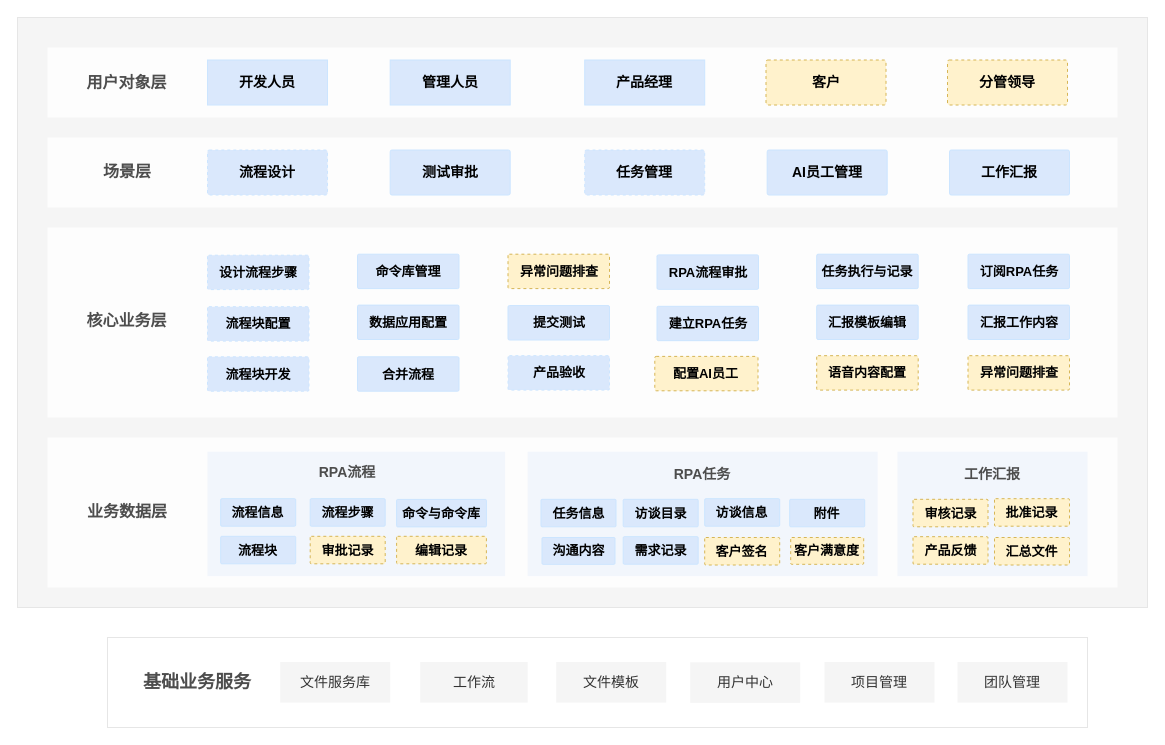
Above: RPAMIND-业务架构图.drawio in hwt5813780/car (draw.io), before the change. Source tidied: cells renumbered, new cells numbered last; positions are measured from the earlier drawing's top-left corner, leaving out a move shared by most shapes. Both pictures are drawn from the tidied source at 100%, with x=0, y=0 at pixel (17, 17).
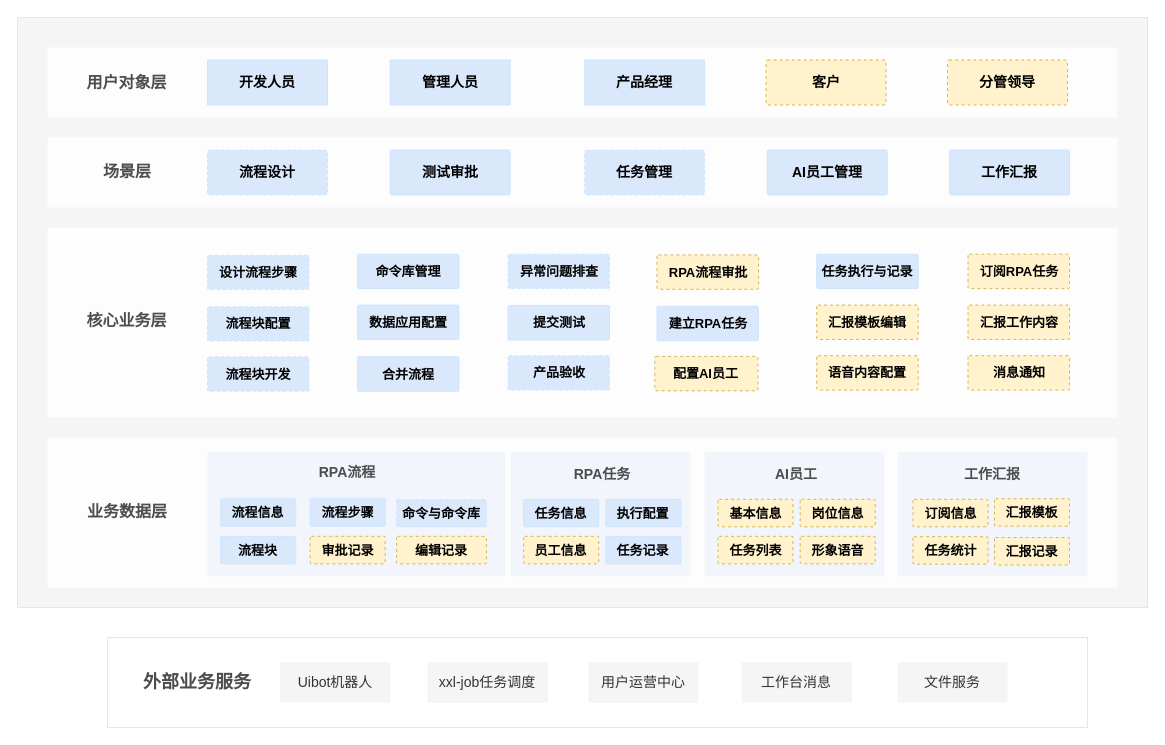
Above is the later version.

Commit message:
Update RPAMIND-业务架构图.drawio

The edit, as a diff of the source:
```diff
@@
-    <mxCell id="15" value="基础业务服务" style="text;html=1;strokeColor=none;fillColor=none;align=center;verticalAlign=middle;whiteSpace=wrap;rounded=0;fontSize=18;fontStyle=1;fontColor=#4D4D4D;fontFamily=阿里巴巴普惠体;" parent="1" vertex="1">
+    <mxCell id="15" value="外部业务服务" style="text;html=1;strokeColor=none;fillColor=none;align=center;verticalAlign=middle;whiteSpace=wrap;rounded=0;fontSize=18;fontStyle=1;fontColor=#4D4D4D;fontFamily=阿里巴巴普惠体;" parent="1" vertex="1">
       <mxGeometry x="120" y="650" width="120" height="30" as="geometry" />
     </mxCell>
-    <mxCell id="16" value="文件服务库" style="rounded=1;whiteSpace=wrap;html=1;fontSize=14;fillColor=#f5f5f5;fontColor=#333333;strokeColor=none;arcSize=0;fontFamily=阿里巴巴普惠体;" parent="1" vertex="1">
+    <mxCell id="16" value="Uibot机器人" style="rounded=1;whiteSpace=wrap;html=1;fontSize=14;fillColor=#f5f5f5;fontColor=#333333;strokeColor=none;arcSize=0;fontFamily=阿里巴巴普惠体;" parent="1" vertex="1">
       <mxGeometry x="262.7" y="644.5" width="110" height="40.6" as="geometry" />
     </mxCell>
-    <mxCell id="17" value="工作流" style="rounded=1;whiteSpace=wrap;html=1;fontSize=14;fillColor=#f5f5f5;fontColor=#333333;strokeColor=none;arcSize=0;fontFamily=阿里巴巴普惠体;" parent="1" vertex="1">
-      <mxGeometry x="402.7" y="644.5" width="107.5" height="40.6" as="geometry" />
+    <mxCell id="17" value="xxl-job任务调度" style="rounded=1;whiteSpace=wrap;html=1;fontSize=14;fillColor=#f5f5f5;fontColor=#333333;strokeColor=none;arcSize=0;fontFamily=阿里巴巴普惠体;" parent="1" vertex="1">
+      <mxGeometry x="410" y="644.8" width="120.2" height="40.6" as="geometry" />
     </mxCell>
-    <mxCell id="18" value="文件模板" style="rounded=1;whiteSpace=wrap;html=1;fontSize=14;fillColor=#f5f5f5;fontColor=#333333;strokeColor=none;arcSize=0;fontFamily=阿里巴巴普惠体;" parent="1" vertex="1">
-      <mxGeometry x="538.7" y="644.5" width="110" height="40.6" as="geometry" />
+    <mxCell id="18" value="用户运营中心" style="rounded=1;whiteSpace=wrap;html=1;fontSize=14;fillColor=#f5f5f5;fontColor=#333333;strokeColor=none;arcSize=0;fontFamily=阿里巴巴普惠体;" parent="1" vertex="1">
+      <mxGeometry x="570.9" y="644.8" width="110" height="40.6" as="geometry" />
     </mxCell>
@@
     <mxCell id="21" style="rounded=1;whiteSpace=wrap;html=1;fontSize=14;fillColor=#F2F6FC;strokeColor=none;fontColor=#333333;arcSize=0;fontFamily=阿里巴巴普惠体;" parent="1" vertex="1">
-      <mxGeometry x="510.2" y="434.2" width="350" height="124.5" as="geometry" />
+      <mxGeometry x="493" y="434.2" width="179.8" height="124.5" as="geometry" />
     </mxCell>
     <mxCell id="22" value="RPA任务" style="text;html=1;strokeColor=none;fillColor=none;align=center;verticalAlign=middle;whiteSpace=wrap;rounded=0;fontSize=14;horizontal=1;fontStyle=1;fontColor=#4D4D4D;fontFamily=阿里巴巴普惠体;" parent="1" vertex="1">
-      <mxGeometry x="650.2" y="441.8" width="70" height="30" as="geometry" />
+      <mxGeometry x="550" y="441.8" width="70" height="30" as="geometry" />
     </mxCell>
     <mxCell id="23" value="任务信息" style="rounded=1;whiteSpace=wrap;html=1;fontSize=13;fillColor=#dae8fc;strokeColor=#CCE5FF;arcSize=4;fontStyle=1;fontColor=default;fontFamily=阿里巴巴普惠体;" parent="1" vertex="1">
-      <mxGeometry x="523.5" y="481.8" width="75" height="27.5" as="geometry" />
+      <mxGeometry x="506.2" y="481.8" width="75" height="27.5" as="geometry" />
     </mxCell>
-    <mxCell id="24" value="沟通内容" style="rounded=1;whiteSpace=wrap;html=1;fontSize=13;fillColor=#dae8fc;strokeColor=#CCE5FF;arcSize=4;fontStyle=1;fontColor=default;fontFamily=阿里巴巴普惠体;" parent="1" vertex="1">
-      <mxGeometry x="524.5" y="520" width="73" height="26.8" as="geometry" />
-    </mxCell>
-    <mxCell id="25" value="访谈目录" style="rounded=1;whiteSpace=wrap;html=1;fontSize=13;fillColor=#dae8fc;strokeColor=#CCE5FF;arcSize=4;fontStyle=1;fontColor=default;fontFamily=阿里巴巴普惠体;" parent="1" vertex="1">
-      <mxGeometry x="605.7" y="481.8" width="75" height="27.5" as="geometry" />
+    <mxCell id="25" value="执行配置" style="rounded=1;whiteSpace=wrap;html=1;fontSize=13;fillColor=#dae8fc;strokeColor=#CCE5FF;arcSize=4;fontStyle=1;fontColor=default;fontFamily=阿里巴巴普惠体;" parent="1" vertex="1">
+      <mxGeometry x="588.4" y="481.8" width="75" height="27.5" as="geometry" />
     </mxCell>
-    <mxCell id="26" value="需求记录" style="rounded=1;whiteSpace=wrap;html=1;fontSize=13;fillColor=#dae8fc;strokeColor=#CCE5FF;arcSize=4;fontStyle=1;fontColor=default;fontFamily=阿里巴巴普惠体;" parent="1" vertex="1">
-      <mxGeometry x="605.7" y="519.2" width="75" height="27.5" as="geometry" />
-    </mxCell>
-    <mxCell id="27" value="用户中心" style="rounded=1;whiteSpace=wrap;html=1;fontSize=14;fillColor=#f5f5f5;fontColor=#333333;strokeColor=none;arcSize=0;fontFamily=阿里巴巴普惠体;" parent="1" vertex="1">
-      <mxGeometry x="672.7" y="644.8" width="110" height="40.6" as="geometry" />
+    <mxCell id="27" value="工作台消息" style="rounded=1;whiteSpace=wrap;html=1;fontSize=14;fillColor=#f5f5f5;fontColor=#333333;strokeColor=none;arcSize=0;fontFamily=阿里巴巴普惠体;" parent="1" vertex="1">
+      <mxGeometry x="724.2" y="644.5" width="110" height="40.6" as="geometry" />
     </mxCell>
@@
-    <mxCell id="33" value="订阅RPA任务" style="rounded=1;whiteSpace=wrap;html=1;fontSize=13;fillColor=#dae8fc;strokeColor=#CCE5FF;fontColor=default;arcSize=4;fontStyle=1;fontFamily=阿里巴巴普惠体;" parent="1" vertex="1">
+    <mxCell id="33" value="订阅RPA任务" style="rounded=1;whiteSpace=wrap;html=1;fontSize=13;fillColor=#fff2cc;strokeColor=#d6b656;fontColor=default;arcSize=4;fontStyle=1;fontFamily=阿里巴巴普惠体;dashed=1;" parent="1" vertex="1">
       <mxGeometry x="950.5" y="236.7" width="101.5" height="34.4" as="geometry" />
     </mxCell>
-    <mxCell id="34" value="汇报模板编辑" style="rounded=1;whiteSpace=wrap;html=1;fontSize=13;fillColor=#dae8fc;strokeColor=#CCE5FF;fontColor=default;arcSize=4;fontStyle=1;fontFamily=阿里巴巴普惠体;" parent="1" vertex="1">
+    <mxCell id="34" value="汇报模板编辑" style="rounded=1;whiteSpace=wrap;html=1;fontSize=13;fillColor=#fff2cc;strokeColor=#d6b656;fontColor=default;arcSize=4;fontStyle=1;fontFamily=阿里巴巴普惠体;dashed=1;" parent="1" vertex="1">
       <mxGeometry x="799.2" y="287.6" width="101.5" height="34.4" as="geometry" />
     </mxCell>
-    <mxCell id="35" value="汇报工作内容" style="rounded=1;whiteSpace=wrap;html=1;fontSize=13;fillColor=#dae8fc;strokeColor=#CCE5FF;fontColor=default;arcSize=4;fontStyle=1;fontFamily=阿里巴巴普惠体;" parent="1" vertex="1">
+    <mxCell id="35" value="汇报工作内容" style="rounded=1;whiteSpace=wrap;html=1;fontSize=13;fillColor=#fff2cc;strokeColor=#d6b656;fontColor=default;arcSize=4;fontStyle=1;fontFamily=阿里巴巴普惠体;dashed=1;" parent="1" vertex="1">
       <mxGeometry x="950.5" y="287.6" width="101.5" height="34.4" as="geometry" />
     </mxCell>
-    <mxCell id="36" value="RPA流程审批" style="rounded=1;whiteSpace=wrap;html=1;fontSize=13;fillColor=#dae8fc;strokeColor=#CCE5FF;fontColor=default;arcSize=4;fontStyle=1;fontFamily=阿里巴巴普惠体;" parent="1" vertex="1">
+    <mxCell id="36" value="RPA流程审批" style="rounded=1;whiteSpace=wrap;html=1;fontSize=13;fillColor=#fff2cc;strokeColor=#d6b656;fontColor=default;arcSize=4;fontStyle=1;fontFamily=阿里巴巴普惠体;dashed=1;" parent="1" vertex="1">
       <mxGeometry x="639.5" y="237.4" width="101.5" height="34.4" as="geometry" />
     </mxCell>
@@
-    <mxCell id="41" value="异常问题排查" style="rounded=1;whiteSpace=wrap;html=1;fontSize=13;fillColor=#fff2cc;strokeColor=#d6b656;fontColor=default;arcSize=4;fontStyle=1;dashed=1;fontFamily=阿里巴巴普惠体;" parent="1" vertex="1">
+    <mxCell id="41" value="消息通知" style="rounded=1;whiteSpace=wrap;html=1;fontSize=13;fillColor=#fff2cc;strokeColor=#d6b656;fontColor=default;arcSize=4;fontStyle=1;dashed=1;fontFamily=阿里巴巴普惠体;" parent="1" vertex="1">
       <mxGeometry x="950.5" y="338.2" width="101.5" height="34.4" as="geometry" />
     </mxCell>
@@
-    <mxCell id="49" value="命令与命令库" style="rounded=1;whiteSpace=wrap;html=1;fontSize=13;fillColor=#dae8fc;strokeColor=#CCE5FF;fontStyle=1;arcSize=4;fontFamily=阿里巴巴普惠体;" parent="1" vertex="1">
+    <mxCell id="49" value="命令与命令库" style="rounded=1;whiteSpace=wrap;html=1;fontSize=13;fillColor=#dae8fc;strokeColor=#CCE5FF;fontStyle=1;arcSize=4;fontFamily=阿里巴巴普惠体;dashed=1;" parent="1" vertex="1">
       <mxGeometry x="379.1" y="481.9" width="89.8" height="27.5" as="geometry" />
     </mxCell>
-    <mxCell id="50" value="访谈信息" style="rounded=1;whiteSpace=wrap;html=1;fontSize=13;fillColor=#dae8fc;strokeColor=#CCE5FF;arcSize=4;fontStyle=1;fontColor=default;fontFamily=阿里巴巴普惠体;" parent="1" vertex="1">
-      <mxGeometry x="687.2" y="481.2" width="75" height="27.5" as="geometry" />
+    <mxCell id="50" value="任务记录" style="rounded=1;whiteSpace=wrap;html=1;fontSize=13;fillColor=#dae8fc;strokeColor=#CCE5FF;arcSize=4;fontStyle=1;fontColor=default;fontFamily=阿里巴巴普惠体;" parent="1" vertex="1">
+      <mxGeometry x="588.4" y="518.8" width="75" height="27.5" as="geometry" />
     </mxCell>
-    <mxCell id="51" value="客户签名" style="rounded=1;whiteSpace=wrap;html=1;fontSize=13;fillColor=#fff2cc;strokeColor=#d6b656;arcSize=4;fontStyle=1;fontColor=default;dashed=1;fontFamily=阿里巴巴普惠体;" parent="1" vertex="1">
-      <mxGeometry x="687.2" y="520" width="75" height="27.5" as="geometry" />
-    </mxCell>
@@
-    <mxCell id="54" value="附件" style="rounded=1;whiteSpace=wrap;html=1;fontSize=13;fillColor=#dae8fc;strokeColor=#CCE5FF;arcSize=4;fontStyle=1;fontColor=default;fontFamily=阿里巴巴普惠体;" parent="1" vertex="1">
-      <mxGeometry x="772.2" y="481.8" width="75" height="27.5" as="geometry" />
+    <mxCell id="54" value="员工信息" style="rounded=1;whiteSpace=wrap;html=1;fontSize=13;fillColor=#fff2cc;strokeColor=#d6b656;arcSize=4;fontStyle=1;fontColor=default;fontFamily=阿里巴巴普惠体;dashed=1;" parent="1" vertex="1">
+      <mxGeometry x="506.2" y="518.8" width="75" height="27.5" as="geometry" />
     </mxCell>
-    <mxCell id="55" value="客户满意度" style="rounded=1;whiteSpace=wrap;html=1;fontSize=13;fillColor=#fff2cc;strokeColor=#d6b656;arcSize=4;fontStyle=1;fontColor=default;dashed=1;fontFamily=阿里巴巴普惠体;" parent="1" vertex="1">
-      <mxGeometry x="773.2" y="520" width="73" height="26.8" as="geometry" />
-    </mxCell>
-    <mxCell id="56" value="审核记录" style="rounded=1;whiteSpace=wrap;html=1;fontSize=13;fillColor=#fff2cc;strokeColor=#d6b656;arcSize=4;fontStyle=1;fontColor=default;dashed=1;fontFamily=阿里巴巴普惠体;" parent="1" vertex="1">
+    <mxCell id="56" value="订阅信息" style="rounded=1;whiteSpace=wrap;html=1;fontSize=13;fillColor=#fff2cc;strokeColor=#d6b656;arcSize=4;fontStyle=1;fontColor=default;dashed=1;fontFamily=阿里巴巴普惠体;" parent="1" vertex="1">
       <mxGeometry x="895.5" y="481.8" width="75" height="27.5" as="geometry" />
     </mxCell>
-    <mxCell id="57" value="产品反馈" style="rounded=1;whiteSpace=wrap;html=1;fontSize=13;fillColor=#fff2cc;strokeColor=#d6b656;arcSize=4;fontStyle=1;fontColor=default;dashed=1;fontFamily=阿里巴巴普惠体;" parent="1" vertex="1">
+    <mxCell id="57" value="任务统计" style="rounded=1;whiteSpace=wrap;html=1;fontSize=13;fillColor=#fff2cc;strokeColor=#d6b656;arcSize=4;fontStyle=1;fontColor=default;dashed=1;fontFamily=阿里巴巴普惠体;" parent="1" vertex="1">
       <mxGeometry x="895.5" y="519.2" width="75" height="27.5" as="geometry" />
     </mxCell>
-    <mxCell id="58" value="批准记录" style="rounded=1;whiteSpace=wrap;html=1;fontSize=13;fillColor=#fff2cc;strokeColor=#d6b656;arcSize=4;fontStyle=1;fontColor=default;dashed=1;fontFamily=阿里巴巴普惠体;" parent="1" vertex="1">
+    <mxCell id="58" value="汇报模板" style="rounded=1;whiteSpace=wrap;html=1;fontSize=13;fillColor=#fff2cc;strokeColor=#d6b656;arcSize=4;fontStyle=1;fontColor=default;dashed=1;fontFamily=阿里巴巴普惠体;" parent="1" vertex="1">
       <mxGeometry x="977" y="481.2" width="75" height="27.5" as="geometry" />
     </mxCell>
-    <mxCell id="59" value="汇总文件" style="rounded=1;whiteSpace=wrap;html=1;fontSize=13;fillColor=#fff2cc;strokeColor=#d6b656;arcSize=4;fontStyle=1;fontColor=default;dashed=1;fontFamily=阿里巴巴普惠体;" parent="1" vertex="1">
+    <mxCell id="59" value="汇报记录" style="rounded=1;whiteSpace=wrap;html=1;fontSize=13;fillColor=#fff2cc;strokeColor=#d6b656;arcSize=4;fontStyle=1;fontColor=default;dashed=1;fontFamily=阿里巴巴普惠体;" parent="1" vertex="1">
       <mxGeometry x="977" y="520" width="75" height="27.5" as="geometry" />
     </mxCell>
-    <mxCell id="60" value="项目管理" style="rounded=1;whiteSpace=wrap;html=1;fontSize=14;fillColor=#f5f5f5;fontColor=#333333;strokeColor=none;arcSize=0;fontFamily=阿里巴巴普惠体;" parent="1" vertex="1">
-      <mxGeometry x="807" y="644.5" width="110" height="40.6" as="geometry" />
+    <mxCell id="60" value="文件服务" style="rounded=1;whiteSpace=wrap;html=1;fontSize=14;fillColor=#f5f5f5;fontColor=#333333;strokeColor=none;arcSize=0;fontFamily=阿里巴巴普惠体;" parent="1" vertex="1">
+      <mxGeometry x="880" y="644.5" width="110" height="40.6" as="geometry" />
     </mxCell>
-    <mxCell id="61" value="团队管理" style="rounded=1;whiteSpace=wrap;html=1;fontSize=14;fillColor=#f5f5f5;fontColor=#333333;strokeColor=none;arcSize=0;fontFamily=阿里巴巴普惠体;" parent="1" vertex="1">
-      <mxGeometry x="940" y="644.5" width="110" height="40.6" as="geometry" />
-    </mxCell>
@@
-    <mxCell id="70" value="异常问题排查" style="rounded=1;whiteSpace=wrap;html=1;fontSize=13;fillColor=#fff2cc;strokeColor=#d6b656;fontColor=default;arcSize=4;fontStyle=1;dashed=1;fontFamily=阿里巴巴普惠体;" parent="1" vertex="1">
+    <mxCell id="70" value="异常问题排查" style="rounded=1;whiteSpace=wrap;html=1;fontSize=13;fillColor=#dae8fc;strokeColor=#CCE5FF;fontColor=default;arcSize=4;fontStyle=1;dashed=1;fontFamily=阿里巴巴普惠体;" parent="1" vertex="1">
       <mxGeometry x="490.5" y="236.7" width="101.5" height="34.4" as="geometry" />
     </mxCell>
+    <mxCell id="71" style="rounded=1;whiteSpace=wrap;html=1;fontSize=14;fillColor=#F2F6FC;strokeColor=none;fontColor=#333333;arcSize=0;fontFamily=阿里巴巴普惠体;" parent="1" vertex="1">
+      <mxGeometry x="687.2" y="434.2" width="179.8" height="124.5" as="geometry" />
+    </mxCell>
+    <mxCell id="72" value="AI员工" style="text;html=1;strokeColor=none;fillColor=none;align=center;verticalAlign=middle;whiteSpace=wrap;rounded=0;fontSize=14;horizontal=1;fontStyle=1;fontColor=#4D4D4D;fontFamily=阿里巴巴普惠体;" parent="1" vertex="1">
+      <mxGeometry x="744.2" y="441.8" width="70" height="30" as="geometry" />
+    </mxCell>
+    <mxCell id="73" value="基本信息" style="rounded=1;whiteSpace=wrap;html=1;fontSize=13;fillColor=#fff2cc;strokeColor=#d6b656;arcSize=4;fontStyle=1;fontColor=default;fontFamily=阿里巴巴普惠体;dashed=1;" parent="1" vertex="1">
+      <mxGeometry x="700.5" y="481.8" width="75" height="27.5" as="geometry" />
+    </mxCell>
+    <mxCell id="74" value="岗位信息" style="rounded=1;whiteSpace=wrap;html=1;fontSize=13;fillColor=#fff2cc;strokeColor=#d6b656;arcSize=4;fontStyle=1;fontColor=default;fontFamily=阿里巴巴普惠体;dashed=1;" parent="1" vertex="1">
+      <mxGeometry x="782.7" y="481.8" width="75" height="27.5" as="geometry" />
+    </mxCell>
+    <mxCell id="75" value="形象语音" style="rounded=1;whiteSpace=wrap;html=1;fontSize=13;fillColor=#fff2cc;strokeColor=#d6b656;arcSize=4;fontStyle=1;fontColor=default;fontFamily=阿里巴巴普惠体;dashed=1;" parent="1" vertex="1">
+      <mxGeometry x="782.7" y="518.8" width="75" height="27.5" as="geometry" />
+    </mxCell>
+    <mxCell id="76" value="任务列表" style="rounded=1;whiteSpace=wrap;html=1;fontSize=13;fillColor=#fff2cc;strokeColor=#d6b656;arcSize=4;fontStyle=1;fontColor=default;fontFamily=阿里巴巴普惠体;dashed=1;" parent="1" vertex="1">
+      <mxGeometry x="700.5" y="518.8" width="75" height="27.5" as="geometry" />
+    </mxCell>
```
